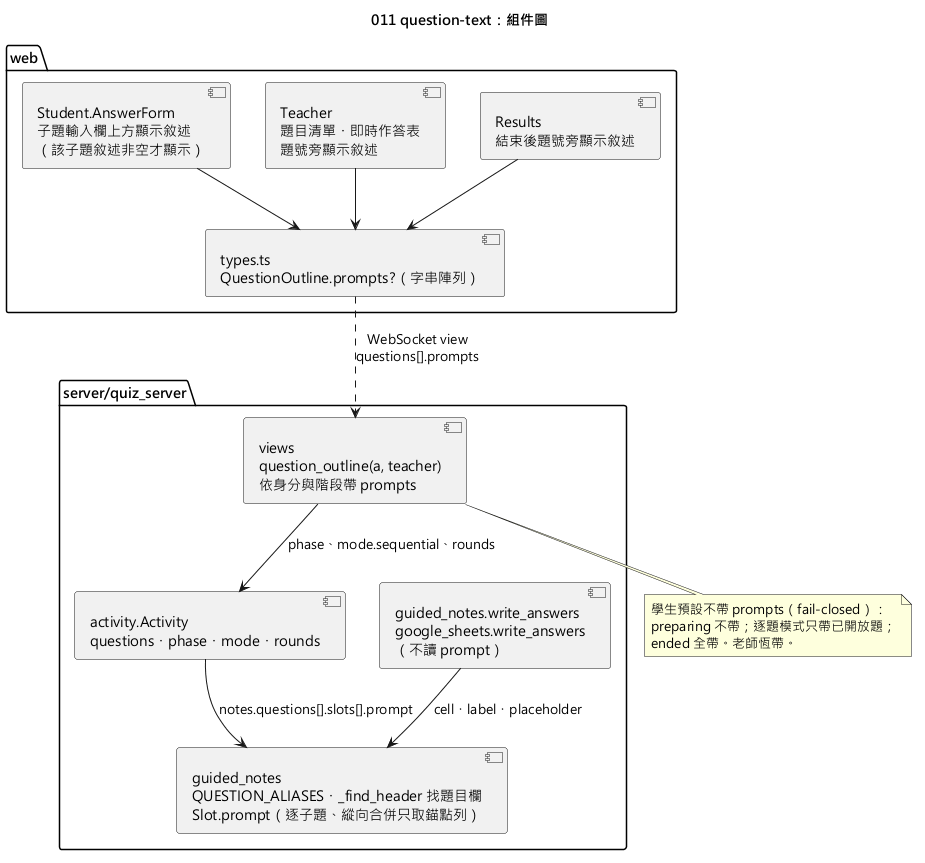
Above: diagrams/011-question-text-component.png in yue083139/software_fin-speckit (PlantUML), before the change. Source of this version:
```plantuml
@startuml 011-question-text-component
skinparamlocked defaultFontName Microsoft JhengHei
title 011 question-text：組件圖

package "web" {
  [Student.AnswerForm\n子題輸入欄上方顯示敘述\n（該子題敘述非空才顯示）] as AF
  [Teacher\n題目清單・即時作答表\n題號旁顯示敘述] as TP
  [Results\n結束後題號旁顯示敘述] as RS
  [types.ts\nQuestionOutline.prompts?（字串陣列）] as Ty
}

package "server/quiz_server" {
  [guided_notes\nQUESTION_ALIASES・_find_header 找題目欄\nSlot.prompt（逐子題、縱向合併只取錨點列）] as Notes
  [views\nquestion_outline(a, teacher)\n依身分與階段帶 prompts] as Views
  [activity.Activity\nquestions・phase・mode・rounds] as Act
  [guided_notes.write_answers\ngoogle_sheets.write_answers\n（不讀 prompt）] as WB
}

AF --> Ty
TP --> Ty
RS --> Ty
Ty ..> Views : WebSocket view\nquestions[].prompts
Views --> Act : phase、mode.sequential、rounds
Act --> Notes : notes.questions[].slots[].prompt
WB --> Notes : cell・label・placeholder
note bottom of Views
  學生預設不帶 prompts（fail-closed）：
  preparing 不帶；逐題模式只帶已開放題；
  ended 全帶。老師恆帶。
end note
@enduml
```
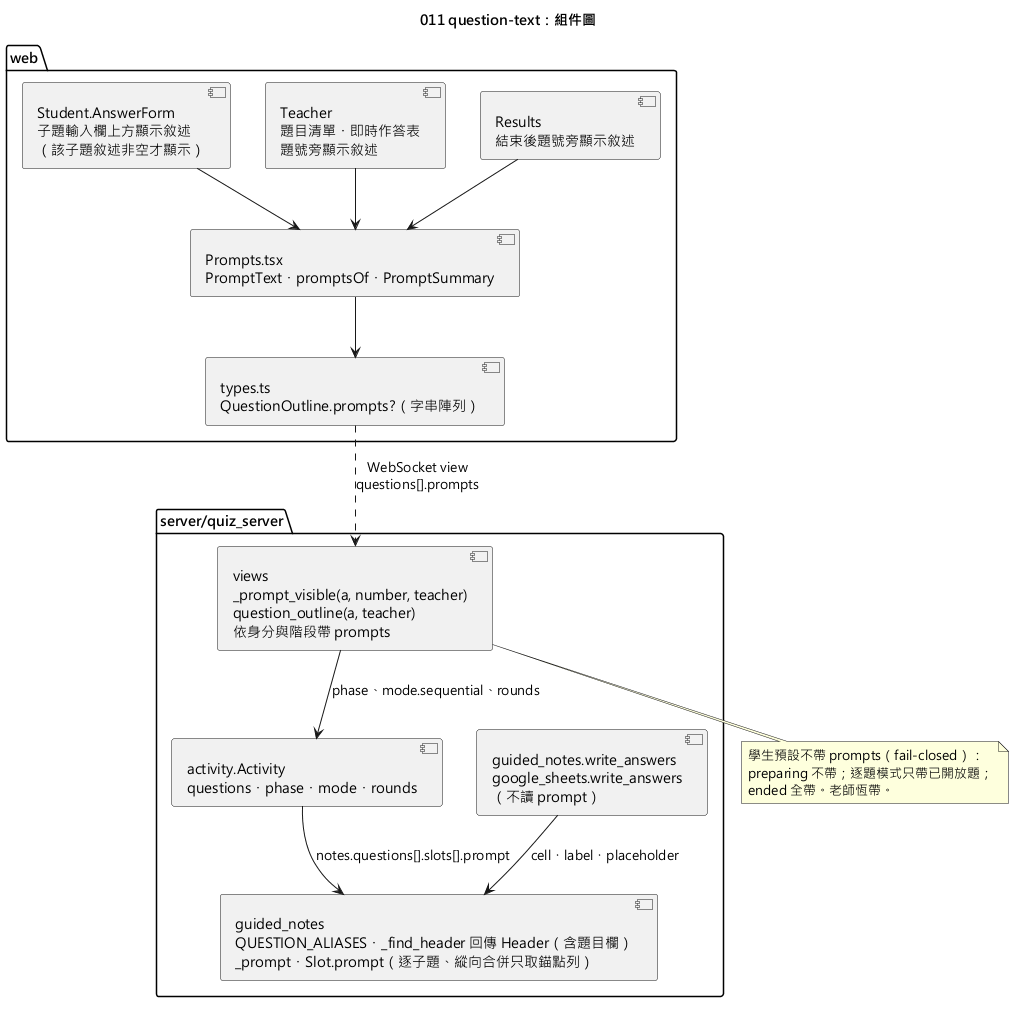
Later version of the same file.

What changed in the source:
```diff
@@ -6,19 +6,21 @@
   [Student.AnswerForm\n子題輸入欄上方顯示敘述\n（該子題敘述非空才顯示）] as AF
   [Teacher\n題目清單・即時作答表\n題號旁顯示敘述] as TP
   [Results\n結束後題號旁顯示敘述] as RS
+  [Prompts.tsx\nPromptText・promptsOf・PromptSummary] as Pr
   [types.ts\nQuestionOutline.prompts?（字串陣列）] as Ty
 }
 
 package "server/quiz_server" {
-  [guided_notes\nQUESTION_ALIASES・_find_header 找題目欄\nSlot.prompt（逐子題、縱向合併只取錨點列）] as Notes
-  [views\nquestion_outline(a, teacher)\n依身分與階段帶 prompts] as Views
+  [guided_notes\nQUESTION_ALIASES・_find_header 回傳 Header（含題目欄）\n_prompt・Slot.prompt（逐子題、縱向合併只取錨點列）] as Notes
+  [views\n_prompt_visible(a, number, teacher)\nquestion_outline(a, teacher)\n依身分與階段帶 prompts] as Views
   [activity.Activity\nquestions・phase・mode・rounds] as Act
   [guided_notes.write_answers\ngoogle_sheets.write_answers\n（不讀 prompt）] as WB
 }
 
-AF --> Ty
-TP --> Ty
-RS --> Ty
+AF --> Pr
+TP --> Pr
+RS --> Pr
+Pr --> Ty
 Ty ..> Views : WebSocket view\nquestions[].prompts
 Views --> Act : phase、mode.sequential、rounds
 Act --> Notes : notes.questions[].slots[].prompt
```
